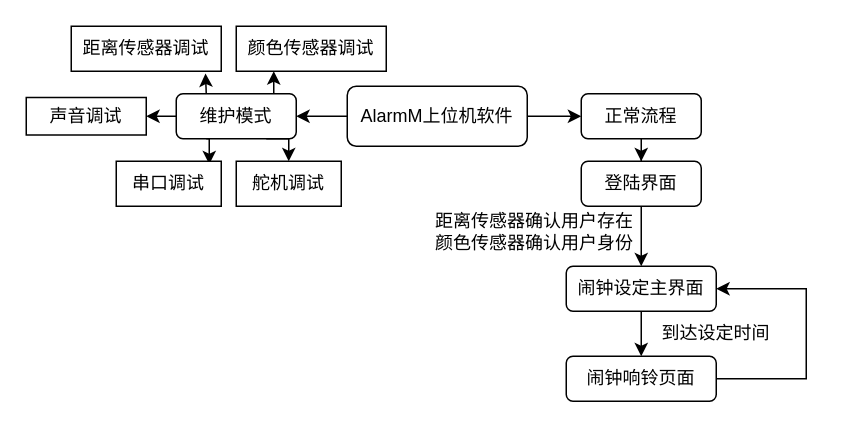
Earlier version of the draw.io diagram 项目设计 软件设计框图.drawio (indevn/STEPratice_Android). Source tidied: cells renumbered, new cells numbered last; positions are measured from the earlier drawing's top-left corner, leaving out a move shared by most shapes. Both pictures are drawn from the tidied source at 150%, with x=0, y=0 at pixel (26, 26).
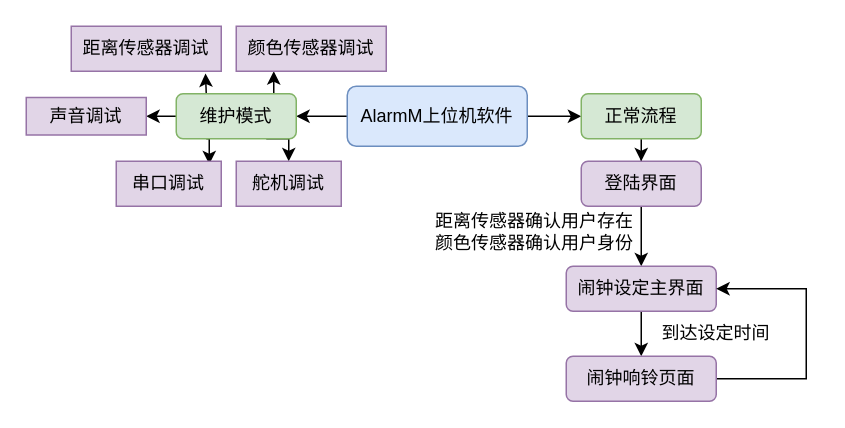
The same page after the edit.

Diff of the diagram source:
```diff
@@
-    <mxCell id="4" value="AlarmM上位机软件" style="rounded=1;whiteSpace=wrap;html=1;" parent="1" vertex="1">
+    <mxCell id="4" value="AlarmM上位机软件" style="rounded=1;whiteSpace=wrap;html=1;fillColor=#dae8fc;strokeColor=#6c8ebf;" parent="1" vertex="1">
       <mxGeometry x="214" y="40" width="120" height="40" as="geometry" />
     </mxCell>
@@
-    <mxCell id="10" value="维护模式" style="rounded=1;whiteSpace=wrap;html=1;" parent="1" vertex="1">
+    <mxCell id="10" value="维护模式" style="rounded=1;whiteSpace=wrap;html=1;fillColor=#d5e8d4;strokeColor=#82b366;" parent="1" vertex="1">
       <mxGeometry x="100" y="45" width="80" height="30" as="geometry" />
     </mxCell>
@@
-    <mxCell id="12" value="正常流程" style="rounded=1;whiteSpace=wrap;html=1;" parent="1" vertex="1">
+    <mxCell id="12" value="正常流程" style="rounded=1;whiteSpace=wrap;html=1;fillColor=#d5e8d4;strokeColor=#82b366;" parent="1" vertex="1">
       <mxGeometry x="370" y="45" width="80" height="30" as="geometry" />
     </mxCell>
-    <mxCell id="13" value="串口调试" style="rounded=0;whiteSpace=wrap;html=1;" parent="1" vertex="1">
+    <mxCell id="13" value="串口调试" style="rounded=0;whiteSpace=wrap;html=1;fillColor=#e1d5e7;strokeColor=#9673a6;" parent="1" vertex="1">
       <mxGeometry x="60" y="90" width="70" height="30" as="geometry" />
     </mxCell>
-    <mxCell id="14" value="舵机调试" style="rounded=0;whiteSpace=wrap;html=1;" parent="1" vertex="1">
+    <mxCell id="14" value="舵机调试" style="rounded=0;whiteSpace=wrap;html=1;fillColor=#e1d5e7;strokeColor=#9673a6;" parent="1" vertex="1">
       <mxGeometry x="140" y="90" width="70" height="30" as="geometry" />
     </mxCell>
-    <mxCell id="15" value="颜色传感器调试" style="rounded=0;whiteSpace=wrap;html=1;" parent="1" vertex="1">
+    <mxCell id="15" value="颜色传感器调试" style="rounded=0;whiteSpace=wrap;html=1;fillColor=#e1d5e7;strokeColor=#9673a6;" parent="1" vertex="1">
       <mxGeometry x="140" width="100" height="30" as="geometry" />
     </mxCell>
-    <mxCell id="16" value="距离传感器调试" style="rounded=0;whiteSpace=wrap;html=1;" parent="1" vertex="1">
+    <mxCell id="16" value="距离传感器调试" style="rounded=0;whiteSpace=wrap;html=1;fillColor=#e1d5e7;strokeColor=#9673a6;" parent="1" vertex="1">
       <mxGeometry x="30" width="100" height="30" as="geometry" />
     </mxCell>
-    <mxCell id="17" value="声音调试" style="rounded=0;whiteSpace=wrap;html=1;" parent="1" vertex="1">
+    <mxCell id="17" value="声音调试" style="rounded=0;whiteSpace=wrap;html=1;fillColor=#e1d5e7;strokeColor=#9673a6;" parent="1" vertex="1">
       <mxGeometry y="47.5" width="80" height="25" as="geometry" />
     </mxCell>
@@
-    <mxCell id="19" value="登陆界面" style="rounded=1;whiteSpace=wrap;html=1;" parent="1" vertex="1">
+    <mxCell id="19" value="登陆界面" style="rounded=1;whiteSpace=wrap;html=1;fillColor=#e1d5e7;strokeColor=#9673a6;" parent="1" vertex="1">
       <mxGeometry x="370" y="90" width="80" height="30" as="geometry" />
     </mxCell>
@@
-    <mxCell id="21" value="闹钟设定主界面" style="rounded=1;whiteSpace=wrap;html=1;" parent="1" vertex="1">
+    <mxCell id="21" value="闹钟设定主界面" style="rounded=1;whiteSpace=wrap;html=1;fillColor=#e1d5e7;strokeColor=#9673a6;" parent="1" vertex="1">
       <mxGeometry x="360" y="160" width="100" height="30" as="geometry" />
     </mxCell>
@@
-    <mxCell id="23" value="闹钟响铃页面" style="rounded=1;whiteSpace=wrap;html=1;" parent="1" vertex="1">
+    <mxCell id="23" value="闹钟响铃页面" style="rounded=1;whiteSpace=wrap;html=1;fillColor=#e1d5e7;strokeColor=#9673a6;" parent="1" vertex="1">
       <mxGeometry x="360" y="220" width="100" height="30" as="geometry" />
     </mxCell>
```
